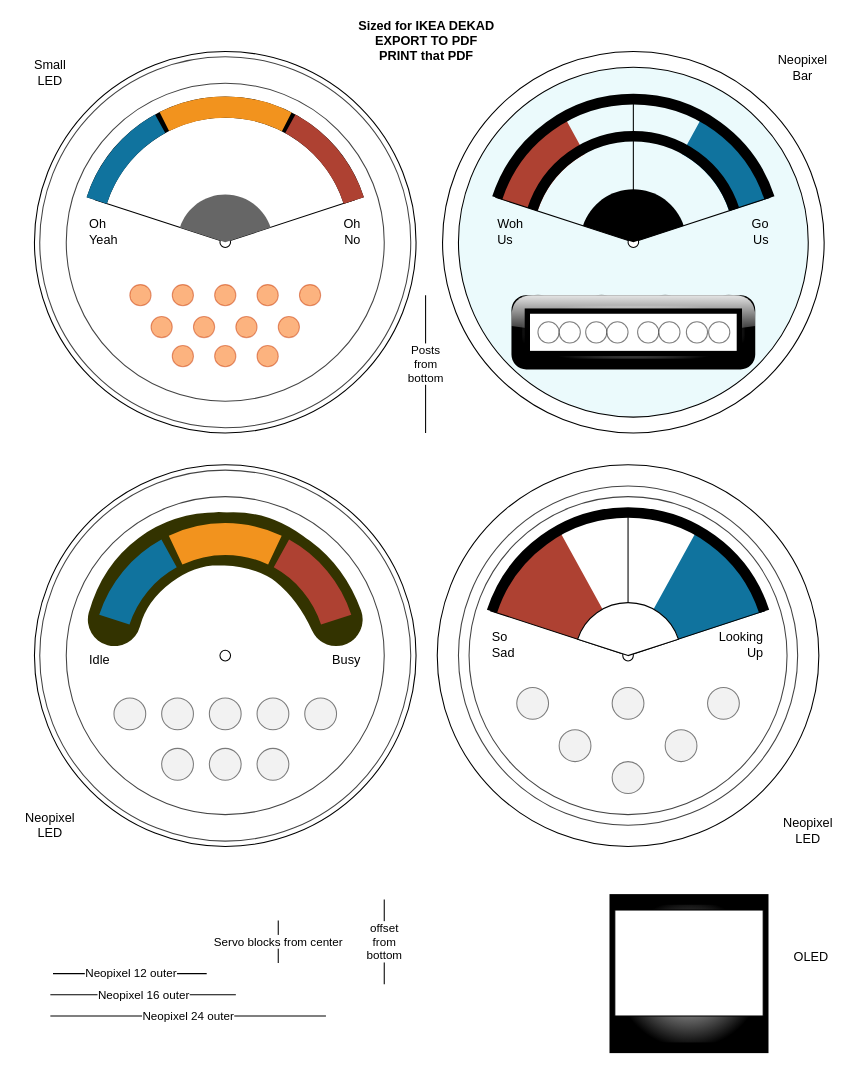
Before: freemometer-dekad/dials.drawio in freemansoft/ESP8266-MicroPython, a draw.io diagram. Source tidied: cells renumbered, new cells numbered last; positions are measured from the earlier drawing's top-left corner, leaving out a move shared by most shapes. Both pictures are drawn from the tidied source at 106%, with x=0, y=0 at pixel (18, 24).
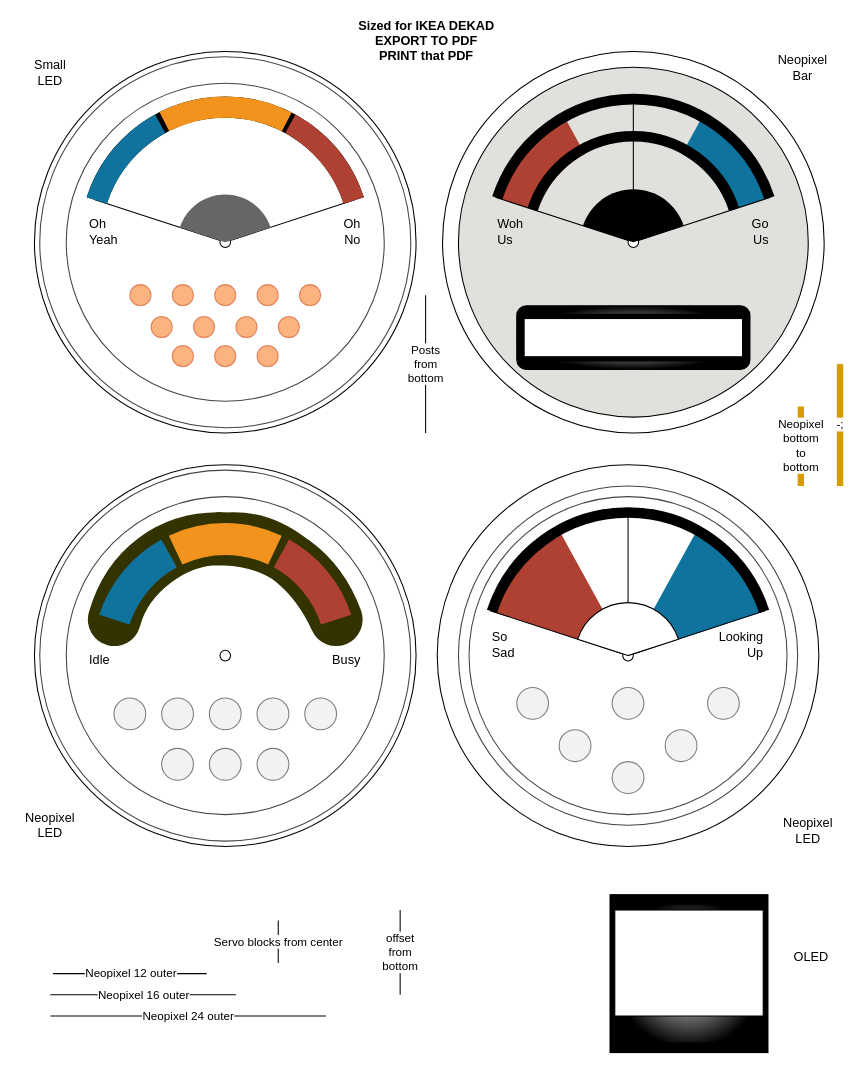
After the change.

Diff of the diagram source:
```diff
@@
-    <mxCell id="5" style="ellipse;fillColor=#EBFAFC;strokeColor=default;gradientColor=none;fillStyle=auto;" parent="1" vertex="1">
+    <mxCell id="5" style="ellipse;fillColor=#E0E0DC;strokeColor=default;gradientColor=none;fillStyle=auto;" parent="1" vertex="1">
       <mxGeometry x="415" y="40" width="330" height="330" as="geometry" />
     </mxCell>
@@
     <mxCell id="70" value="offset&lt;br&gt;from&lt;br&gt;bottom" style="endArrow=none;html=1;rounded=0;" parent="1" edge="1">
       <mxGeometry relative="1" as="geometry">
-        <mxPoint x="345" y="905" as="sourcePoint" />
-        <mxPoint x="345" y="825" as="targetPoint" />
+        <mxPoint x="360" y="915" as="sourcePoint" />
+        <mxPoint x="360" y="835" as="targetPoint" />
       </mxGeometry>
     </mxCell>
@@
-    <mxCell id="74" style="ellipse;whiteSpace=wrap;html=1;opacity=50;" parent="1" vertex="1">
-      <mxGeometry x="595" y="255" width="30" height="30" as="geometry" />
-    </mxCell>
-    <mxCell id="75" style="ellipse;whiteSpace=wrap;html=1;opacity=50;" parent="1" vertex="1">
-      <mxGeometry x="535" y="255" width="30" height="30" as="geometry" />
-    </mxCell>
-    <mxCell id="76" style="ellipse;whiteSpace=wrap;html=1;opacity=50;" parent="1" vertex="1">
-      <mxGeometry x="655" y="255" width="30" height="30" as="geometry" />
-    </mxCell>
-    <mxCell id="77" style="ellipse;whiteSpace=wrap;html=1;opacity=50;" parent="1" vertex="1">
-      <mxGeometry x="475" y="255" width="30" height="30" as="geometry" />
-    </mxCell>
@@
-    <mxCell id="84" style="rounded=1;whiteSpace=wrap;html=1;strokeColor=#000000;strokeWidth=10;fillColor=#FFFFFF;gradientColor=default;gradientDirection=radial;glass=1;shadow=0;" parent="1" vertex="1">
-      <mxGeometry x="470" y="260" width="220" height="60" as="geometry" />
-    </mxCell>
-    <mxCell id="85" style="rounded=0;whiteSpace=wrap;html=1;strokeColor=#000000;strokeWidth=5;fillColor=#FFFFFF;gradientColor=none;gradientDirection=radial;" parent="1" vertex="1">
-      <mxGeometry x="480" y="270" width="200" height="40" as="geometry" />
-    </mxCell>
-    <mxCell id="86" style="ellipse;whiteSpace=wrap;html=1;opacity=50;flipH=0;flipV=1;" parent="1" vertex="1">
-      <mxGeometry x="535" y="280" width="20" height="20" as="geometry" />
-    </mxCell>
-    <mxCell id="87" style="ellipse;whiteSpace=wrap;html=1;opacity=50;flipH=0;flipV=1;" parent="1" vertex="1">
-      <mxGeometry x="490" y="280" width="20" height="20" as="geometry" />
-    </mxCell>
-    <mxCell id="88" style="ellipse;whiteSpace=wrap;html=1;opacity=50;flipH=0;flipV=1;" parent="1" vertex="1">
-      <mxGeometry x="510" y="280" width="20" height="20" as="geometry" />
-    </mxCell>
-    <mxCell id="89" style="ellipse;whiteSpace=wrap;html=1;opacity=50;flipH=0;flipV=1;" parent="1" vertex="1">
-      <mxGeometry x="555" y="280" width="20" height="20" as="geometry" />
-    </mxCell>
-    <mxCell id="90" style="ellipse;whiteSpace=wrap;html=1;opacity=50;flipH=0;flipV=1;" parent="1" vertex="1">
-      <mxGeometry x="630" y="280" width="20" height="20" as="geometry" />
-    </mxCell>
-    <mxCell id="91" style="ellipse;whiteSpace=wrap;html=1;opacity=50;flipH=0;flipV=1;" parent="1" vertex="1">
-      <mxGeometry x="584" y="280" width="20" height="20" as="geometry" />
-    </mxCell>
-    <mxCell id="92" style="ellipse;whiteSpace=wrap;html=1;opacity=50;flipH=0;flipV=1;" parent="1" vertex="1">
-      <mxGeometry x="604" y="280" width="20" height="20" as="geometry" />
-    </mxCell>
-    <mxCell id="93" style="ellipse;whiteSpace=wrap;html=1;opacity=50;flipH=0;flipV=1;" parent="1" vertex="1">
-      <mxGeometry x="651" y="280" width="20" height="20" as="geometry" />
-    </mxCell>
@@
+    <mxCell id="105" style="rounded=1;whiteSpace=wrap;html=1;strokeColor=#000000;strokeWidth=1;fillColor=#FFFFFF;gradientColor=default;gradientDirection=radial;glass=0;shadow=0;" parent="1" vertex="1">
+      <mxGeometry x="470" y="265" width="220" height="60" as="geometry" />
+    </mxCell>
+    <mxCell id="85" style="rounded=0;whiteSpace=wrap;html=1;strokeColor=#000000;strokeWidth=5;fillColor=#FFFFFF;gradientColor=none;gradientDirection=radial;" parent="1" vertex="1">
+      <mxGeometry x="475" y="275" width="210" height="40" as="geometry" />
+    </mxCell>
+    <mxCell id="106" value="Neopixel&lt;br&gt;bottom&lt;br&gt;to&lt;br&gt;bottom" style="endArrow=none;html=1;rounded=0;entryX=0.5;entryY=1;entryDx=0;entryDy=0;fillColor=#ffcd28;gradientColor=#ffa500;strokeColor=#d79b00;strokeWidth=6;" parent="1" edge="1">
+      <mxGeometry relative="1" as="geometry">
+        <mxPoint x="738" y="435" as="sourcePoint" />
+        <mxPoint x="738" y="360" as="targetPoint" />
+      </mxGeometry>
+    </mxCell>
+    <mxCell id="107" value="-;" style="endArrow=none;html=1;rounded=0;entryX=0.5;entryY=0;entryDx=0;entryDy=0;fillColor=#ffcd28;gradientColor=#ffa500;strokeColor=#d79b00;strokeWidth=6;" parent="1" edge="1">
+      <mxGeometry relative="1" as="geometry">
+        <mxPoint x="775" y="435" as="sourcePoint" />
+        <mxPoint x="775" y="320" as="targetPoint" />
+      </mxGeometry>
+    </mxCell>
```
